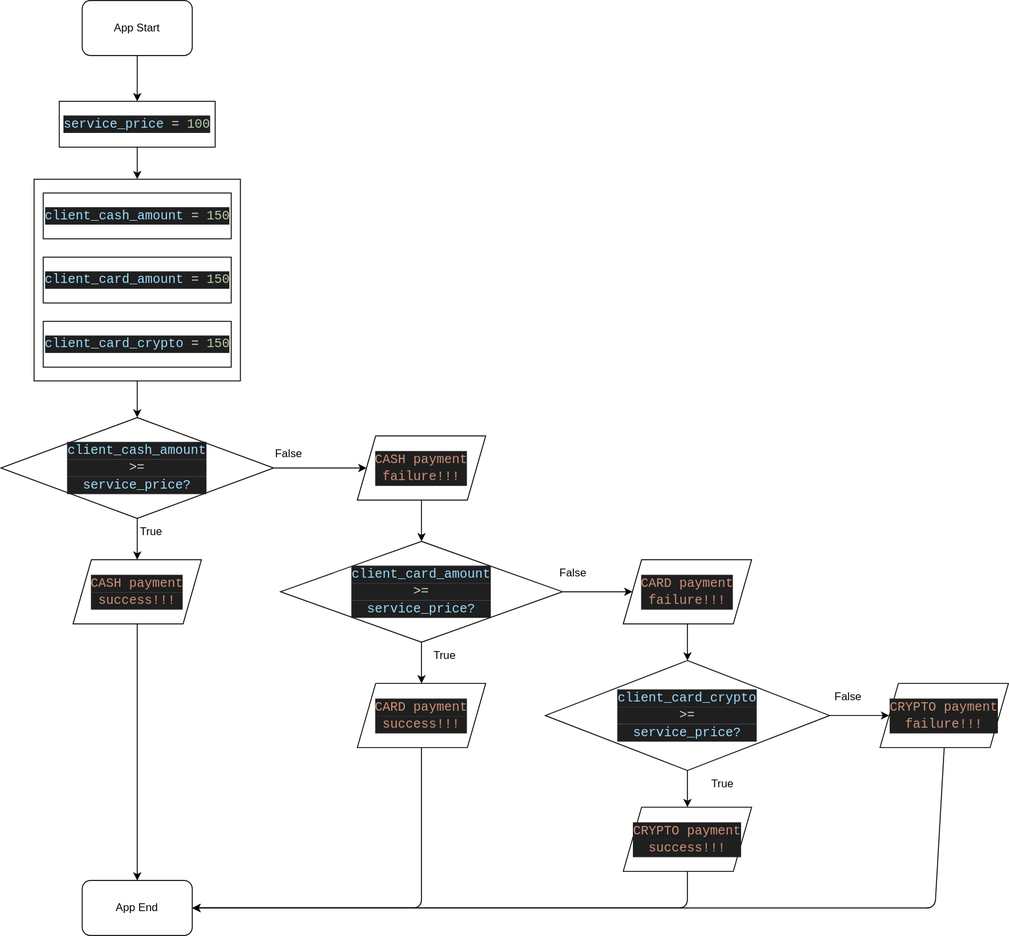
The draw.io diagram L6-LW9-app.flowchart.drawio.svg in Iiksvokuj/flow-controll, before a commit. Source tidied: cells renumbered, new cells last; positions are measured from the earlier drawing's top-left corner, leaving out a move shared by most shapes.
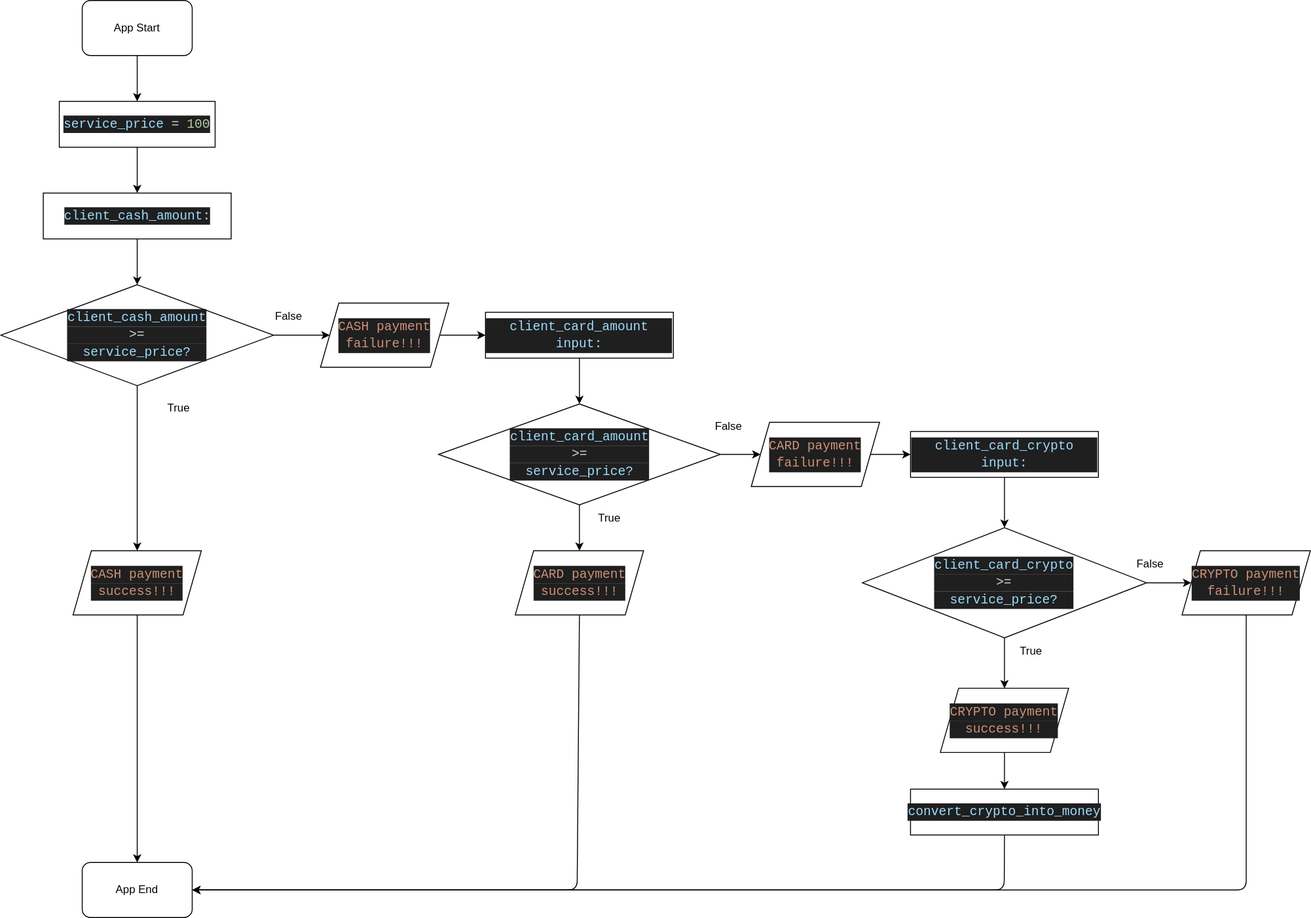
The same diagram one commit later.

Commit message:
homework diagramm

Diff of the diagram source:
```diff
@@ -4,8 +4,7 @@
     <mxCell id="1" parent="0" />
-    <mxCell id="2" style="edgeStyle=none;html=1;exitX=0.5;exitY=1;exitDx=0;exitDy=0;entryX=0.5;entryY=0;entryDx=0;entryDy=0;" parent="1" edge="1" source="3" target="11">
-      <mxGeometry relative="1" as="geometry" />
+    <mxCell id="2" style="edgeStyle=none;html=1;exitX=0.5;exitY=1;exitDx=0;exitDy=0;entryX=0.5;entryY=0;entryDx=0;entryDy=0;" parent="1" edge="1" target="11">
+      <mxGeometry relative="1" as="geometry">
+        <mxPoint x="149" y="415" as="sourcePoint" />
+      </mxGeometry>
     </mxCell>
-    <mxCell id="3" value="&lt;span style=&quot;color: rgba(0, 0, 0, 0); font-family: monospace; font-size: 0px; text-align: start;&quot;&gt;%3CmxGraphModel%3E%3Croot%3E%3CmxCell%20id%3D%220%22%2F%3E%3CmxCell%20id%3D%221%22%20parent%3D%220%22%2F%3E%3CmxCell%20id%3D%222%22%20value%3D%22%26lt%3Bdiv%20style%3D%26quot%3Bcolor%3A%20rgb(204%2C%20204%2C%20204)%3B%20background-color%3A%20rgb(31%2C%2031%2C%2031)%3B%20font-family%3A%20Consolas%2C%20%26amp%3Bquot%3BCourier%20New%26amp%3Bquot%3B%2C%20monospace%3B%20font-size%3A%2014px%3B%20line-height%3A%2019px%3B%26quot%3B%26gt%3B%26lt%3Bdiv%20style%3D%26quot%3Bline-height%3A%2019px%3B%26quot%3B%26gt%3B%26lt%3Bspan%20style%3D%26quot%3Bcolor%3A%20%239cdcfe%3B%26quot%3B%26gt%3Bclient_cash_amount%26lt%3B%2Fspan%26gt%3B%20%26lt%3Bspan%20style%3D%26quot%3Bcolor%3A%20%23d4d4d4%3B%26quot%3B%26gt%3B%3D%26lt%3B%2Fspan%26gt%3B%20%26lt%3Bspan%20style%3D%26quot%3Bcolor%3A%20%23b5cea8%3B%26quot%3B%26gt%3B150%26lt%3B%2Fspan%26gt%3B%26lt%3B%2Fdiv%26gt%3B%26lt%3B%2Fdiv%26gt%3B%22%20style%3D%22rounded%3D0%3BwhiteSpace%3Dwrap%3Bhtml%3D1%3B%22%20vertex%3D%221%22%20parent%3D%221%22%3E%3CmxGeometry%20x%3D%22297.5%22%20y%3D%22250%22%20width%3D%22205%22%20height%3D%2250%22%20as%3D%22geometry%22%2F%3E%3C%2FmxCell%3E%3C%2Froot%3E%3C%2FmxGraphModel%3E&lt;/span&gt;" style="rounded=0;whiteSpace=wrap;html=1;" parent="1" vertex="1">
-      <mxGeometry x="36.5" y="195" width="225" height="220" as="geometry" />
-    </mxCell>
     <mxCell id="4" style="edgeStyle=none;html=1;exitX=0.5;exitY=1;exitDx=0;exitDy=0;entryX=0.5;entryY=0;entryDx=0;entryDy=0;" parent="1" edge="1" source="5" target="8">
@@ -17,5 +16,5 @@
     <mxCell id="6" value="App End" style="rounded=1;whiteSpace=wrap;html=1;" parent="1" vertex="1">
-      <mxGeometry x="89" y="960" width="120" height="60" as="geometry" />
+      <mxGeometry x="89" y="940" width="120" height="60" as="geometry" />
     </mxCell>
-    <mxCell id="7" style="edgeStyle=none;html=1;exitX=0.5;exitY=1;exitDx=0;exitDy=0;entryX=0.5;entryY=0;entryDx=0;entryDy=0;" parent="1" edge="1" source="8" target="3">
+    <mxCell id="7" style="edgeStyle=none;html=1;exitX=0.5;exitY=1;exitDx=0;exitDy=0;entryX=0.5;entryY=0;entryDx=0;entryDy=0;" parent="1" edge="1" source="8" target="18">
       <mxGeometry relative="1" as="geometry" />
@@ -25,10 +24,10 @@
     </mxCell>
+    <mxCell id="10" style="edgeStyle=none;html=1;exitX=0.5;exitY=1;exitDx=0;exitDy=0;entryX=0.5;entryY=0;entryDx=0;entryDy=0;" parent="1" edge="1" source="11" target="13">
+      <mxGeometry relative="1" as="geometry" />
+    </mxCell>
-    <mxCell id="9" style="edgeStyle=none;html=1;exitX=1;exitY=0.5;exitDx=0;exitDy=0;entryX=0;entryY=0.5;entryDx=0;entryDy=0;" parent="1" edge="1" source="11" target="15">
+    <mxCell id="9" style="edgeStyle=none;html=1;exitX=1;exitY=0.5;exitDx=0;exitDy=0;" parent="1" edge="1" source="11" target="15">
       <mxGeometry relative="1" as="geometry" />
     </mxCell>
-    <mxCell id="10" style="edgeStyle=none;html=1;exitX=0.5;exitY=1;exitDx=0;exitDy=0;entryX=0.5;entryY=0;entryDx=0;entryDy=0;" parent="1" edge="1" source="11" target="13">
-      <mxGeometry relative="1" as="geometry" />
-    </mxCell>
     <mxCell id="11" value="&lt;div style=&quot;color: rgb(204, 204, 204); background-color: rgb(31, 31, 31); font-family: Consolas, &amp;quot;Courier New&amp;quot;, monospace; font-size: 14px; line-height: 19px;&quot;&gt;&lt;span style=&quot;color: #9cdcfe;&quot;&gt;client_cash_amount&lt;/span&gt;&lt;/div&gt;&lt;div style=&quot;color: rgb(204, 204, 204); background-color: rgb(31, 31, 31); font-family: Consolas, &amp;quot;Courier New&amp;quot;, monospace; font-size: 14px; line-height: 19px;&quot;&gt;&lt;span style=&quot;color: #d4d4d4;&quot;&gt;&amp;gt;=&lt;/span&gt;&lt;/div&gt;&lt;div style=&quot;color: rgb(204, 204, 204); background-color: rgb(31, 31, 31); font-family: Consolas, &amp;quot;Courier New&amp;quot;, monospace; font-size: 14px; line-height: 19px;&quot;&gt;&lt;span style=&quot;color: #9cdcfe;&quot;&gt;service_price?&lt;/span&gt;&lt;/div&gt;" style="rhombus;whiteSpace=wrap;html=1;" parent="1" vertex="1">
-      <mxGeometry x="0.2" y="455" width="297.5" height="110" as="geometry" />
+      <mxGeometry x="0.2" y="310" width="297.5" height="110" as="geometry" />
     </mxCell>
@@ -38,24 +37,27 @@
     <mxCell id="13" value="&lt;div style=&quot;color: rgb(204, 204, 204); background-color: rgb(31, 31, 31); font-family: Consolas, &amp;quot;Courier New&amp;quot;, monospace; font-size: 14px; line-height: 19px;&quot;&gt;&lt;span style=&quot;color: #ce9178;&quot;&gt;CASH payment&lt;/span&gt;&lt;/div&gt;&lt;div style=&quot;color: rgb(204, 204, 204); background-color: rgb(31, 31, 31); font-family: Consolas, &amp;quot;Courier New&amp;quot;, monospace; font-size: 14px; line-height: 19px;&quot;&gt;&lt;span style=&quot;color: #ce9178;&quot;&gt;success!!!&lt;/span&gt;&lt;/div&gt;" style="shape=parallelogram;perimeter=parallelogramPerimeter;whiteSpace=wrap;html=1;fixedSize=1;" parent="1" vertex="1">
-      <mxGeometry x="79" y="610" width="140" height="70" as="geometry" />
+      <mxGeometry x="79" y="600" width="140" height="70" as="geometry" />
     </mxCell>
-    <mxCell id="14" style="edgeStyle=none;html=1;exitX=0.5;exitY=1;exitDx=0;exitDy=0;entryX=0.5;entryY=0;entryDx=0;entryDy=0;" parent="1" edge="1" source="15" target="23">
-      <mxGeometry relative="1" as="geometry" />
-    </mxCell>
+    <mxCell id="39" style="edgeStyle=none;html=1;exitX=1;exitY=0.5;exitDx=0;exitDy=0;entryX=0;entryY=0.5;entryDx=0;entryDy=0;" parent="1" edge="1" source="15" target="19">
+      <mxGeometry relative="1" as="geometry" />
+    </mxCell>
     <mxCell id="15" value="&lt;div style=&quot;color: rgb(204, 204, 204); background-color: rgb(31, 31, 31); font-family: Consolas, &amp;quot;Courier New&amp;quot;, monospace; font-size: 14px; line-height: 19px;&quot;&gt;&lt;div style=&quot;line-height: 19px;&quot;&gt;&lt;span style=&quot;color: #ce9178;&quot;&gt;CASH payment&lt;/span&gt;&lt;/div&gt;&lt;div style=&quot;line-height: 19px;&quot;&gt;&lt;span style=&quot;color: #ce9178;&quot;&gt;failure!!!&lt;/span&gt;&lt;/div&gt;&lt;/div&gt;" style="shape=parallelogram;perimeter=parallelogramPerimeter;whiteSpace=wrap;html=1;fixedSize=1;" parent="1" vertex="1">
-      <mxGeometry x="389" y="475" width="140" height="70" as="geometry" />
+      <mxGeometry x="349" y="330" width="140" height="70" as="geometry" />
     </mxCell>
     <mxCell id="16" value="False" style="text;html=1;align=center;verticalAlign=middle;strokeColor=none;fillColor=none;" parent="1" vertex="1">
-      <mxGeometry x="289" y="480" width="50" height="30" as="geometry" />
+      <mxGeometry x="289" y="330" width="50" height="30" as="geometry" />
     </mxCell>
     <mxCell id="17" value="True" style="text;html=1;align=center;verticalAlign=middle;strokeColor=none;fillColor=none;" parent="1" vertex="1">
-      <mxGeometry x="139" y="565" width="50" height="30" as="geometry" />
+      <mxGeometry x="169" y="430" width="50" height="30" as="geometry" />
     </mxCell>
+    <mxCell id="40" style="edgeStyle=none;html=1;exitX=0.5;exitY=1;exitDx=0;exitDy=0;entryX=0.5;entryY=0;entryDx=0;entryDy=0;" parent="1" edge="1" source="18" target="11">
+      <mxGeometry relative="1" as="geometry" />
+    </mxCell>
-    <mxCell id="18" value="&lt;div style=&quot;color: rgb(204, 204, 204); background-color: rgb(31, 31, 31); font-family: Consolas, &amp;quot;Courier New&amp;quot;, monospace; font-size: 14px; line-height: 19px;&quot;&gt;&lt;div style=&quot;line-height: 19px;&quot;&gt;&lt;span style=&quot;color: #9cdcfe;&quot;&gt;client_cash_amount&lt;/span&gt; &lt;span style=&quot;color: #d4d4d4;&quot;&gt;=&lt;/span&gt; &lt;span style=&quot;color: #b5cea8;&quot;&gt;150&lt;/span&gt;&lt;/div&gt;&lt;/div&gt;" style="rounded=0;whiteSpace=wrap;html=1;" parent="1" vertex="1">
+    <mxCell id="18" value="&lt;div style=&quot;color: rgb(204, 204, 204); background-color: rgb(31, 31, 31); font-family: Consolas, &amp;quot;Courier New&amp;quot;, monospace; font-size: 14px; line-height: 19px;&quot;&gt;&lt;div style=&quot;line-height: 19px;&quot;&gt;&lt;span style=&quot;color: #9cdcfe;&quot;&gt;client_cash_amount:&amp;nbsp;&lt;/span&gt;&lt;/div&gt;&lt;/div&gt;" style="rounded=0;whiteSpace=wrap;html=1;" parent="1" vertex="1">
       <mxGeometry x="46.5" y="210" width="205" height="50" as="geometry" />
     </mxCell>
-    <mxCell id="19" value="&lt;div style=&quot;color: rgb(204, 204, 204); background-color: rgb(31, 31, 31); font-family: Consolas, &amp;quot;Courier New&amp;quot;, monospace; font-size: 14px; line-height: 19px;&quot;&gt;&lt;div style=&quot;line-height: 19px;&quot;&gt;&lt;span style=&quot;color: #9cdcfe;&quot;&gt;client_card_amount&lt;/span&gt; &lt;span style=&quot;color: #d4d4d4;&quot;&gt;=&lt;/span&gt; &lt;span style=&quot;color: #b5cea8;&quot;&gt;150&lt;/span&gt;&lt;/div&gt;&lt;/div&gt;" style="rounded=0;whiteSpace=wrap;html=1;" parent="1" vertex="1">
-      <mxGeometry x="46.5" y="280" width="205" height="50" as="geometry" />
-    </mxCell>
+    <mxCell id="41" style="edgeStyle=none;html=1;exitX=0.5;exitY=1;exitDx=0;exitDy=0;entryX=0.5;entryY=0;entryDx=0;entryDy=0;" parent="1" edge="1" source="20" target="32">
+      <mxGeometry relative="1" as="geometry" />
+    </mxCell>
-    <mxCell id="20" value="&lt;div style=&quot;color: rgb(204, 204, 204); background-color: rgb(31, 31, 31); font-family: Consolas, &amp;quot;Courier New&amp;quot;, monospace; font-size: 14px; line-height: 19px;&quot;&gt;&lt;div style=&quot;line-height: 19px;&quot;&gt;&lt;span style=&quot;color: #9cdcfe;&quot;&gt;client_card_crypto&lt;/span&gt;&amp;nbsp;&lt;span style=&quot;color: #d4d4d4;&quot;&gt;=&lt;/span&gt; &lt;span style=&quot;color: #b5cea8;&quot;&gt;150&lt;/span&gt;&lt;/div&gt;&lt;/div&gt;" style="rounded=0;whiteSpace=wrap;html=1;" parent="1" vertex="1">
-      <mxGeometry x="46.5" y="350" width="205" height="50" as="geometry" />
+    <mxCell id="20" value="&lt;div style=&quot;color: rgb(204, 204, 204); background-color: rgb(31, 31, 31); font-family: Consolas, &amp;quot;Courier New&amp;quot;, monospace; font-size: 14px; line-height: 19px;&quot;&gt;&lt;div style=&quot;line-height: 19px;&quot;&gt;&lt;span style=&quot;color: #9cdcfe;&quot;&gt;client_card_crypto input:&lt;/span&gt;&lt;/div&gt;&lt;/div&gt;" style="rounded=0;whiteSpace=wrap;html=1;" parent="1" vertex="1">
+      <mxGeometry x="992.8" y="470" width="205" height="50" as="geometry" />
     </mxCell>
@@ -68,9 +70,9 @@
     <mxCell id="23" value="&lt;div style=&quot;color: rgb(204, 204, 204); background-color: rgb(31, 31, 31); font-family: Consolas, &amp;quot;Courier New&amp;quot;, monospace; font-size: 14px; line-height: 19px;&quot;&gt;&lt;span style=&quot;color: #9cdcfe;&quot;&gt;client_card_amount&lt;/span&gt;&lt;/div&gt;&lt;div style=&quot;color: rgb(204, 204, 204); background-color: rgb(31, 31, 31); font-family: Consolas, &amp;quot;Courier New&amp;quot;, monospace; font-size: 14px; line-height: 19px;&quot;&gt;&lt;span style=&quot;color: #d4d4d4;&quot;&gt;&amp;gt;=&lt;/span&gt;&lt;/div&gt;&lt;div style=&quot;color: rgb(204, 204, 204); background-color: rgb(31, 31, 31); font-family: Consolas, &amp;quot;Courier New&amp;quot;, monospace; font-size: 14px; line-height: 19px;&quot;&gt;&lt;span style=&quot;color: #9cdcfe;&quot;&gt;service_price?&lt;/span&gt;&lt;/div&gt;" style="rhombus;whiteSpace=wrap;html=1;" parent="1" vertex="1">
-      <mxGeometry x="305.2" y="590" width="307.5" height="110" as="geometry" />
+      <mxGeometry x="477.8" y="440" width="307.5" height="110" as="geometry" />
     </mxCell>
     <mxCell id="24" value="True" style="text;html=1;align=center;verticalAlign=middle;strokeColor=none;fillColor=none;" parent="1" vertex="1">
-      <mxGeometry x="459" y="700" width="50" height="30" as="geometry" />
+      <mxGeometry x="639" y="550" width="50" height="30" as="geometry" />
     </mxCell>
     <mxCell id="25" value="False" style="text;html=1;align=center;verticalAlign=middle;strokeColor=none;fillColor=none;" parent="1" vertex="1">
-      <mxGeometry x="599" y="610" width="50" height="30" as="geometry" />
+      <mxGeometry x="769" y="450" width="50" height="30" as="geometry" />
     </mxCell>
@@ -79,3 +81,3 @@
         <Array as="points">
-          <mxPoint x="459" y="990" />
+          <mxPoint x="629" y="970" />
         </Array>
@@ -84,9 +86,9 @@
     <mxCell id="27" value="&lt;div style=&quot;color: rgb(204, 204, 204); background-color: rgb(31, 31, 31); font-family: Consolas, &amp;quot;Courier New&amp;quot;, monospace; font-size: 14px; line-height: 19px;&quot;&gt;&lt;span style=&quot;color: #ce9178;&quot;&gt;CARD payment&lt;/span&gt;&lt;/div&gt;&lt;div style=&quot;color: rgb(204, 204, 204); background-color: rgb(31, 31, 31); font-family: Consolas, &amp;quot;Courier New&amp;quot;, monospace; font-size: 14px; line-height: 19px;&quot;&gt;&lt;span style=&quot;color: #ce9178;&quot;&gt;success!!!&lt;/span&gt;&lt;/div&gt;" style="shape=parallelogram;perimeter=parallelogramPerimeter;whiteSpace=wrap;html=1;fixedSize=1;" parent="1" vertex="1">
-      <mxGeometry x="389" y="745" width="140" height="70" as="geometry" />
+      <mxGeometry x="561.5" y="600" width="140" height="70" as="geometry" />
     </mxCell>
-    <mxCell id="28" style="edgeStyle=none;html=1;exitX=0.5;exitY=1;exitDx=0;exitDy=0;entryX=0.5;entryY=0;entryDx=0;entryDy=0;" parent="1" edge="1" source="29" target="32">
-      <mxGeometry relative="1" as="geometry" />
-    </mxCell>
+    <mxCell id="42" style="edgeStyle=none;html=1;exitX=1;exitY=0.5;exitDx=0;exitDy=0;entryX=0;entryY=0.5;entryDx=0;entryDy=0;" parent="1" edge="1" source="29" target="20">
+      <mxGeometry relative="1" as="geometry" />
+    </mxCell>
     <mxCell id="29" value="&lt;div style=&quot;color: rgb(204, 204, 204); background-color: rgb(31, 31, 31); font-family: Consolas, &amp;quot;Courier New&amp;quot;, monospace; font-size: 14px; line-height: 19px;&quot;&gt;&lt;div style=&quot;line-height: 19px;&quot;&gt;&lt;span style=&quot;color: #ce9178;&quot;&gt;CARD payment&lt;/span&gt;&lt;/div&gt;&lt;div style=&quot;line-height: 19px;&quot;&gt;&lt;span style=&quot;color: #ce9178;&quot;&gt;failure!!!&lt;/span&gt;&lt;/div&gt;&lt;/div&gt;" style="shape=parallelogram;perimeter=parallelogramPerimeter;whiteSpace=wrap;html=1;fixedSize=1;" parent="1" vertex="1">
-      <mxGeometry x="679" y="610" width="140" height="70" as="geometry" />
+      <mxGeometry x="819" y="460" width="140" height="70" as="geometry" />
     </mxCell>
@@ -99,13 +101,9 @@
     <mxCell id="32" value="&lt;div style=&quot;color: rgb(204, 204, 204); background-color: rgb(31, 31, 31); font-family: Consolas, &amp;quot;Courier New&amp;quot;, monospace; font-size: 14px; line-height: 19px;&quot;&gt;&lt;span style=&quot;color: #9cdcfe;&quot;&gt;client_card_crypto&lt;/span&gt;&lt;/div&gt;&lt;div style=&quot;color: rgb(204, 204, 204); background-color: rgb(31, 31, 31); font-family: Consolas, &amp;quot;Courier New&amp;quot;, monospace; font-size: 14px; line-height: 19px;&quot;&gt;&lt;span style=&quot;color: #d4d4d4;&quot;&gt;&amp;gt;=&lt;/span&gt;&lt;/div&gt;&lt;div style=&quot;color: rgb(204, 204, 204); background-color: rgb(31, 31, 31); font-family: Consolas, &amp;quot;Courier New&amp;quot;, monospace; font-size: 14px; line-height: 19px;&quot;&gt;&lt;span style=&quot;color: #9cdcfe;&quot;&gt;service_price?&lt;/span&gt;&lt;/div&gt;" style="rhombus;whiteSpace=wrap;html=1;" parent="1" vertex="1">
-      <mxGeometry x="594" y="720" width="310" height="120" as="geometry" />
+      <mxGeometry x="940.2" y="575" width="310" height="120" as="geometry" />
     </mxCell>
-    <mxCell id="33" style="edgeStyle=none;html=1;exitX=0.5;exitY=1;exitDx=0;exitDy=0;entryX=1;entryY=0.5;entryDx=0;entryDy=0;" parent="1" edge="1" source="34" target="6">
-      <mxGeometry relative="1" as="geometry">
-        <Array as="points">
-          <mxPoint x="749" y="990" />
-        </Array>
-      </mxGeometry>
-    </mxCell>
+    <mxCell id="43" style="edgeStyle=none;html=1;exitX=0.5;exitY=1;exitDx=0;exitDy=0;entryX=0.5;entryY=0;entryDx=0;entryDy=0;" parent="1" edge="1" source="34" target="46">
+      <mxGeometry relative="1" as="geometry" />
+    </mxCell>
     <mxCell id="34" value="&lt;div style=&quot;color: rgb(204, 204, 204); background-color: rgb(31, 31, 31); font-family: Consolas, &amp;quot;Courier New&amp;quot;, monospace; font-size: 14px; line-height: 19px;&quot;&gt;&lt;span style=&quot;color: #ce9178;&quot;&gt;CRYPTO payment&lt;/span&gt;&lt;/div&gt;&lt;div style=&quot;color: rgb(204, 204, 204); background-color: rgb(31, 31, 31); font-family: Consolas, &amp;quot;Courier New&amp;quot;, monospace; font-size: 14px; line-height: 19px;&quot;&gt;&lt;span style=&quot;color: #ce9178;&quot;&gt;success!!!&lt;/span&gt;&lt;/div&gt;" style="shape=parallelogram;perimeter=parallelogramPerimeter;whiteSpace=wrap;html=1;fixedSize=1;" parent="1" vertex="1">
-      <mxGeometry x="679" y="880" width="140" height="70" as="geometry" />
+      <mxGeometry x="1025.2" y="750" width="140" height="70" as="geometry" />
     </mxCell>
@@ -114,3 +112,3 @@
         <Array as="points">
-          <mxPoint x="1019" y="990" />
+          <mxPoint x="1359" y="970" />
         </Array>
@@ -119,10 +117,26 @@
     <mxCell id="36" value="&lt;div style=&quot;color: rgb(204, 204, 204); background-color: rgb(31, 31, 31); font-family: Consolas, &amp;quot;Courier New&amp;quot;, monospace; font-size: 14px; line-height: 19px;&quot;&gt;&lt;div style=&quot;line-height: 19px;&quot;&gt;&lt;span style=&quot;color: #ce9178;&quot;&gt;CRYPTO payment&lt;/span&gt;&lt;/div&gt;&lt;div style=&quot;line-height: 19px;&quot;&gt;&lt;span style=&quot;color: #ce9178;&quot;&gt;failure!!!&lt;/span&gt;&lt;/div&gt;&lt;/div&gt;" style="shape=parallelogram;perimeter=parallelogramPerimeter;whiteSpace=wrap;html=1;fixedSize=1;" parent="1" vertex="1">
-      <mxGeometry x="959" y="745" width="140" height="70" as="geometry" />
+      <mxGeometry x="1289" y="600" width="140" height="70" as="geometry" />
     </mxCell>
     <mxCell id="37" value="False" style="text;html=1;align=center;verticalAlign=middle;strokeColor=none;fillColor=none;" parent="1" vertex="1">
-      <mxGeometry x="899" y="745" width="50" height="30" as="geometry" />
+      <mxGeometry x="1229" y="600" width="50" height="30" as="geometry" />
     </mxCell>
     <mxCell id="38" value="True" style="text;html=1;align=center;verticalAlign=middle;strokeColor=none;fillColor=none;" parent="1" vertex="1">
-      <mxGeometry x="761.5" y="840" width="50" height="30" as="geometry" />
+      <mxGeometry x="1099" y="695" width="50" height="30" as="geometry" />
     </mxCell>
+    <mxCell id="44" style="edgeStyle=none;html=1;exitX=0.5;exitY=1;exitDx=0;exitDy=0;entryX=0.5;entryY=0;entryDx=0;entryDy=0;" parent="1" edge="1" source="19" target="23">
+      <mxGeometry relative="1" as="geometry" />
+    </mxCell>
+    <mxCell id="19" value="&lt;div style=&quot;color: rgb(204, 204, 204); background-color: rgb(31, 31, 31); font-family: Consolas, &amp;quot;Courier New&amp;quot;, monospace; font-size: 14px; line-height: 19px;&quot;&gt;&lt;div style=&quot;line-height: 19px;&quot;&gt;&lt;span style=&quot;color: #9cdcfe;&quot;&gt;client_card_amount input:&amp;nbsp;&lt;/span&gt;&lt;/div&gt;&lt;/div&gt;" style="rounded=0;whiteSpace=wrap;html=1;" parent="1" vertex="1">
+      <mxGeometry x="529" y="340" width="205" height="50" as="geometry" />
+    </mxCell>
+    <mxCell id="45" style="edgeStyle=none;html=1;exitX=0.5;exitY=1;exitDx=0;exitDy=0;entryX=1;entryY=0.5;entryDx=0;entryDy=0;" parent="1" edge="1" source="46" target="6">
+      <mxGeometry relative="1" as="geometry">
+        <Array as="points">
+          <mxPoint x="1095" y="970" />
+        </Array>
+      </mxGeometry>
+    </mxCell>
+    <mxCell id="46" value="&lt;div style=&quot;color: rgb(204, 204, 204); background-color: rgb(31, 31, 31); font-family: Consolas, &amp;quot;Courier New&amp;quot;, monospace; font-size: 14px; line-height: 19px;&quot;&gt;&lt;div style=&quot;line-height: 19px;&quot;&gt;&lt;span style=&quot;color: #9cdcfe;&quot;&gt;convert_crypto_into_money&lt;/span&gt;&lt;/div&gt;&lt;/div&gt;" style="rounded=0;whiteSpace=wrap;html=1;" parent="1" vertex="1">
+      <mxGeometry x="992.8" y="860" width="205" height="50" as="geometry" />
+    </mxCell>
   </root>
```
